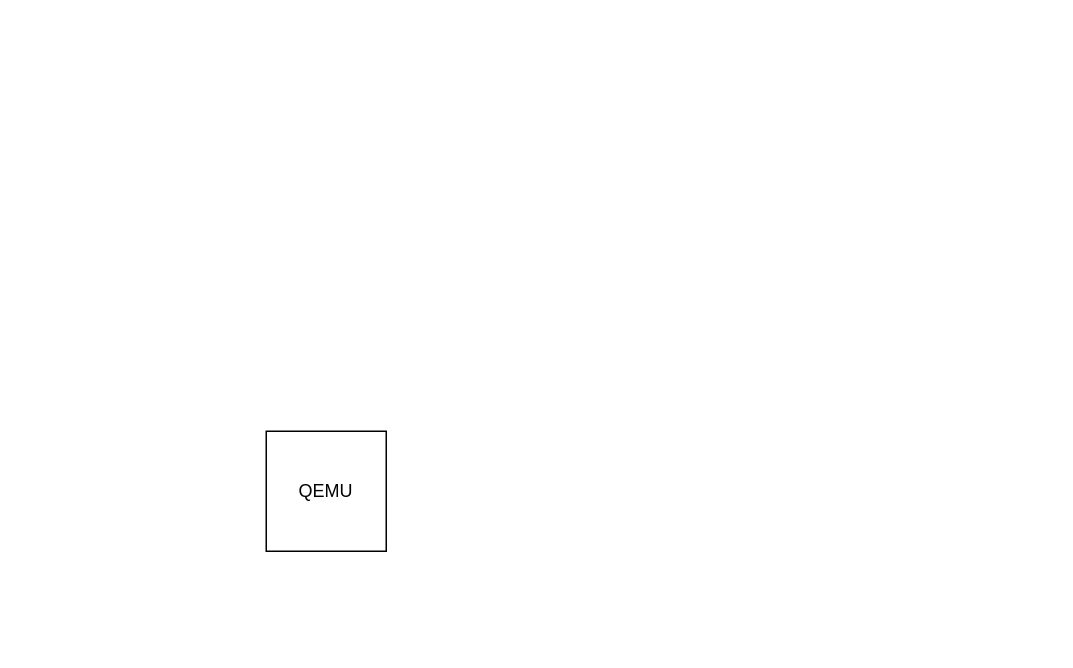
Above: Диаграмма без названия.drawio in IsaevRustam/iodraw (draw.io), before the change. Source tidied: cells renumbered, new cells numbered last; positions are measured from the earlier drawing's top-left corner, leaving out a move shared by most shapes. Both pictures are drawn from the tidied source at 150%, with x=0, y=0 at pixel (266, 430).
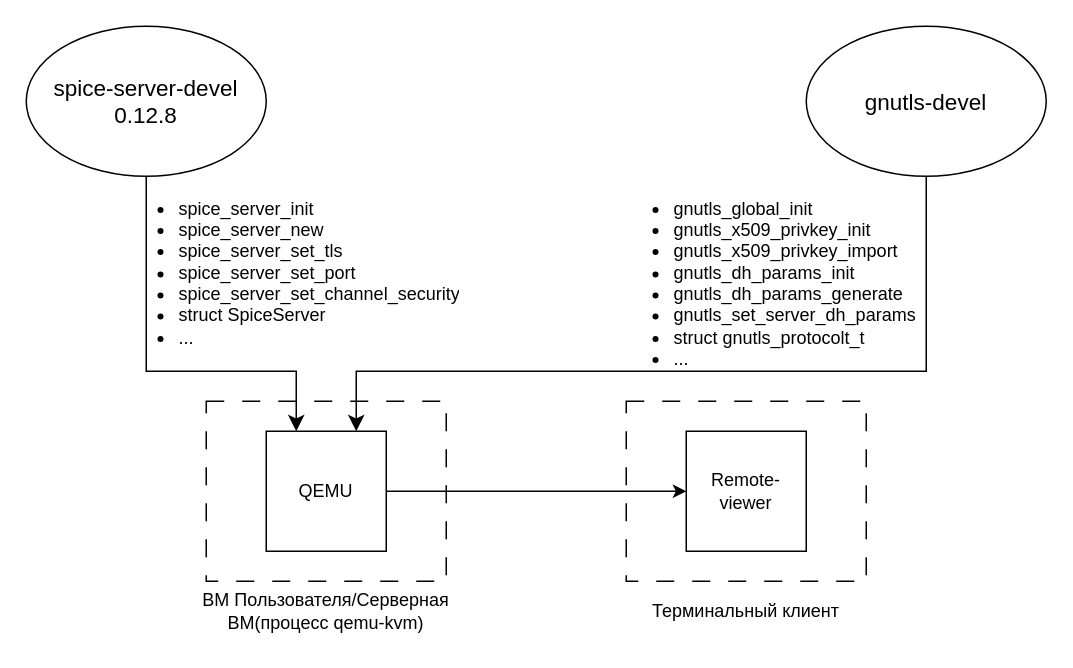
After the change.

What changed in the source:
```diff
@@
 <mxGraphModel>
   <root>
     <mxCell id="0" />
     <mxCell id="1" parent="0" />
+    <mxCell id="3" style="rounded=0;whiteSpace=wrap;html=1;dashed=1;dashPattern=12 12;" parent="1" vertex="1">
+      <mxGeometry x="240" y="-20" width="160" height="120" as="geometry" />
+    </mxCell>
+    <mxCell id="4" style="rounded=0;whiteSpace=wrap;html=1;dashed=1;dashPattern=12 12;" parent="1" vertex="1">
+      <mxGeometry x="-40" y="-20" width="160" height="120" as="geometry" />
+    </mxCell>
     <mxCell id="2" value="QEMU" style="rounded=0;whiteSpace=wrap;html=1;" parent="1" vertex="1">
       <mxGeometry width="80" height="80" as="geometry" />
     </mxCell>
+    <mxCell id="5" value="ВМ Пользователя/Серверная ВМ(процесс qemu-kvm)" style="text;html=1;strokeColor=none;fillColor=none;align=center;verticalAlign=middle;whiteSpace=wrap;rounded=0;" parent="1" vertex="1">
+      <mxGeometry x="-50" y="100" width="180" height="40" as="geometry" />
+    </mxCell>
+    <mxCell id="6" style="endArrow=classic;html=1;rounded=0;exitX=1;exitY=0.5;exitDx=0;exitDy=0;" parent="1" edge="1" source="2">
+      <mxGeometry relative="1" as="geometry">
+        <mxPoint x="280" y="40" as="targetPoint" />
+      </mxGeometry>
+    </mxCell>
+    <mxCell id="7" value="Remote-viewer" style="rounded=0;whiteSpace=wrap;html=1;" parent="1" vertex="1">
+      <mxGeometry x="280" width="80" height="80" as="geometry" />
+    </mxCell>
+    <mxCell id="8" value="Терминальный клиент" style="text;html=1;strokeColor=none;fillColor=none;align=center;verticalAlign=middle;whiteSpace=wrap;rounded=0;" parent="1" vertex="1">
+      <mxGeometry x="235" y="100" width="170" height="40" as="geometry" />
+    </mxCell>
+    <mxCell id="9" value="&lt;font style=&quot;font-size: 15px;&quot;&gt;spice-server-devel 0.12.8&lt;br&gt;&lt;/font&gt;" style="ellipse;whiteSpace=wrap;html=1;" parent="1" vertex="1">
+      <mxGeometry x="-160" y="-270" width="160" height="100" as="geometry" />
+    </mxCell>
+    <mxCell id="10" style="edgeStyle=elbowEdgeStyle;elbow=vertical;endArrow=classic;html=1;curved=0;rounded=0;endSize=8;startSize=8;exitX=0.5;exitY=1;exitDx=0;exitDy=0;entryX=0.25;entryY=0;entryDx=0;entryDy=0;" parent="1" edge="1" source="9">
+      <mxGeometry relative="1" as="geometry">
+        <mxPoint x="20" as="targetPoint" />
+        <Array as="points">
+          <mxPoint x="-50" y="-40" />
+        </Array>
+      </mxGeometry>
+    </mxCell>
+    <mxCell id="11" value="&lt;ul&gt;&lt;li&gt;spice_server_init&lt;/li&gt;&lt;li style=&quot;border-color: var(--border-color);&quot;&gt;spice_server_new&lt;/li&gt;&lt;li&gt;spice_server_set_tls&lt;/li&gt;&lt;li&gt;spice_server_set_port&lt;/li&gt;&lt;li&gt;spice_server_set_channel_security&lt;/li&gt;&lt;li&gt;struct SpiceServer&lt;/li&gt;&lt;li&gt;...&lt;/li&gt;&lt;/ul&gt;" style="text;strokeColor=none;fillColor=none;html=1;whiteSpace=wrap;verticalAlign=middle;overflow=hidden;" parent="1" vertex="1">
+      <mxGeometry x="-100" y="-170" width="320" height="120" as="geometry" />
+    </mxCell>
+    <mxCell id="12" value="&lt;font style=&quot;font-size: 15px;&quot;&gt;gnutls-devel&lt;br&gt;&lt;/font&gt;" style="ellipse;whiteSpace=wrap;html=1;" parent="1" vertex="1">
+      <mxGeometry x="360" y="-270" width="160" height="100" as="geometry" />
+    </mxCell>
+    <mxCell id="13" style="edgeStyle=elbowEdgeStyle;elbow=vertical;endArrow=classic;html=1;curved=0;rounded=0;endSize=8;startSize=8;exitX=0.5;exitY=1;exitDx=0;exitDy=0;entryX=0.75;entryY=0;entryDx=0;entryDy=0;" parent="1" edge="1" source="12" target="2">
+      <mxGeometry relative="1" as="geometry">
+        <Array as="points">
+          <mxPoint x="170" y="-40" />
+        </Array>
+      </mxGeometry>
+    </mxCell>
+    <mxCell id="14" value="&lt;ul&gt;&lt;li&gt;gnutls_global_init&lt;/li&gt;&lt;li&gt;gnutls_x509_privkey_init&lt;/li&gt;&lt;li&gt;gnutls_x509_privkey_import&lt;/li&gt;&lt;li&gt;gnutls_dh_params_init&lt;/li&gt;&lt;li&gt;gnutls_dh_params_generate&lt;/li&gt;&lt;li&gt;gnutls_set_server_dh_params&lt;/li&gt;&lt;li&gt;struct gnutls_protocolt_t&lt;/li&gt;&lt;li&gt;...&lt;/li&gt;&lt;/ul&gt;" style="text;strokeColor=none;fillColor=none;html=1;whiteSpace=wrap;verticalAlign=middle;overflow=hidden;" parent="1" vertex="1">
+      <mxGeometry x="230" y="-170" width="240" height="140" as="geometry" />
+    </mxCell>
   </root>
 </mxGraphModel>
```
